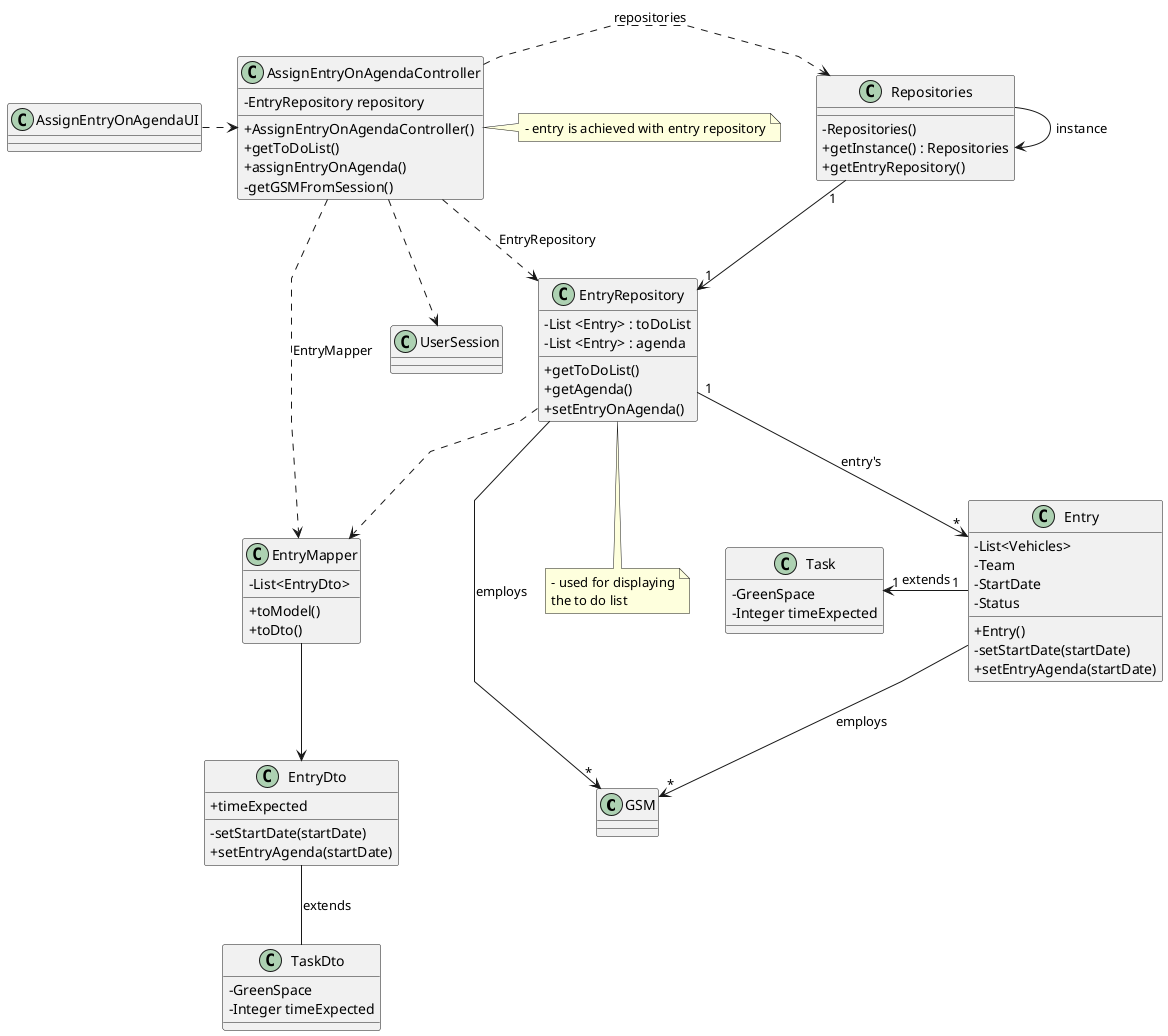
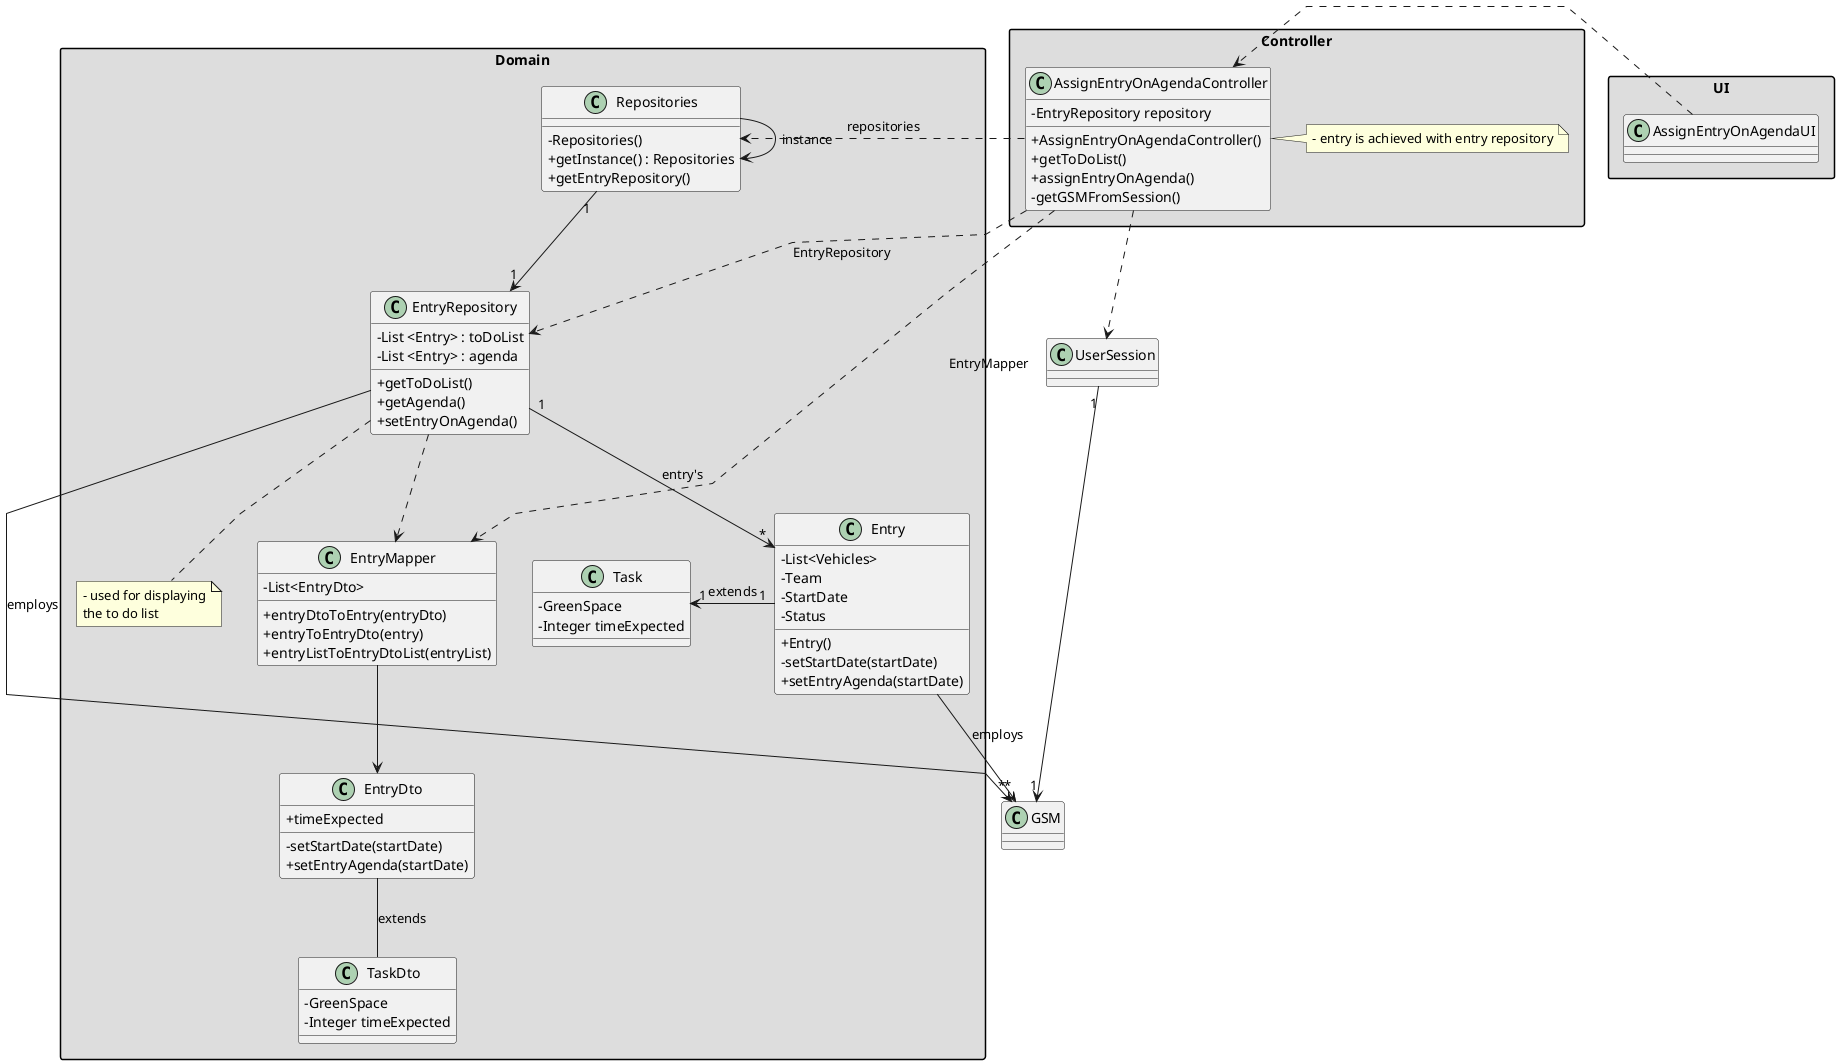
@startuml
'skinparam monochrome true
skinparam packageStyle rectangle
skinparam shadowing false
skinparam linetype polyline
'skinparam linetype orto

skinparam classAttributeIconSize 0

'left to right direction

- 
- class GSM {
- }
- 
+ package "Domain" #DDDDDD{

class Entry {
    - List<Vehicles>
    - Team
    - StartDate
    - Status
    + Entry()
    - setStartDate(startDate)
    + setEntryAgenda(startDate)
}

class Task{
    - GreenSpace
    - Integer timeExpected
}

- 
class EntryRepository {
    - List <Entry> : toDoList
    - List <Entry> : agenda

    + getToDoList()
    + getAgenda()
    + setEntryOnAgenda()
}
+ note bottom of EntryRepository
+     - used for displaying
+     the to do list
+ end note


class Repositories {
    - Repositories()
    + getInstance() : Repositories
    + getEntryRepository()
}

- class AssignEntryOnAgendaController {
-     - EntryRepository repository
-     + AssignEntryOnAgendaController()
-     + getToDoList()
-     + assignEntryOnAgenda()
-     - getGSMFromSession()
- }
- 
- note right of AssignEntryOnAgendaController
-     - entry is achieved with entry repository
- end note
- 
- note bottom of EntryRepository
-     - used for displaying
-     the to do list
- end note
- 
- class AssignEntryOnAgendaUI {
- }
- 
class EntryMapper{
    - List<EntryDto>
-     + toModel()
-     + toDto()
+     + entryDtoToEntry(entryDto)
+     + entryToEntryDto(entry)
+     + entryListToEntryDtoList(entryList)
}

class EntryDto{
    + timeExpected
    - setStartDate(startDate)
    + setEntryAgenda(startDate)
}

class TaskDto{
+ 
    -GreenSpace
    -Integer timeExpected
}
+ 
+ }
+ 
+ 
+ 
+ package "Controller" #DDDDDD{
+ class AssignEntryOnAgendaController {
+     - EntryRepository repository
+     + AssignEntryOnAgendaController()
+     + getToDoList()
+     + assignEntryOnAgenda()
+     - getGSMFromSession()
+ }
+ note right of AssignEntryOnAgendaController
+     - entry is achieved with entry repository
+ end note
+ 
+ }
+ 
+ class GSM {
+ }
+ 
+ 
+ 
+ package "UI" #DDDDDD{
+ class AssignEntryOnAgendaUI {
+ }
+ }
+ 
+ 
+ 
+ 


Repositories -> Repositories : instance

AssignEntryOnAgendaUI .> AssignEntryOnAgendaController

AssignEntryOnAgendaController .> Repositories : repositories
Repositories "1" --> "1" EntryRepository

EntryRepository  ..>  EntryMapper

EntryMapper --> EntryDto

EntryDto -- TaskDto : extends


AssignEntryOnAgendaController ..> EntryRepository : EntryRepository
AssignEntryOnAgendaController ..> EntryMapper : EntryMapper

AssignEntryOnAgendaController ..> UserSession
+ UserSession "1" --> "1" GSM
EntryRepository "1" --> "*" Entry : entry's
EntryRepository --> "*" GSM : employs
Entry --> "*" GSM : employs
Task "1" <- "1" Entry : extends


@enduml